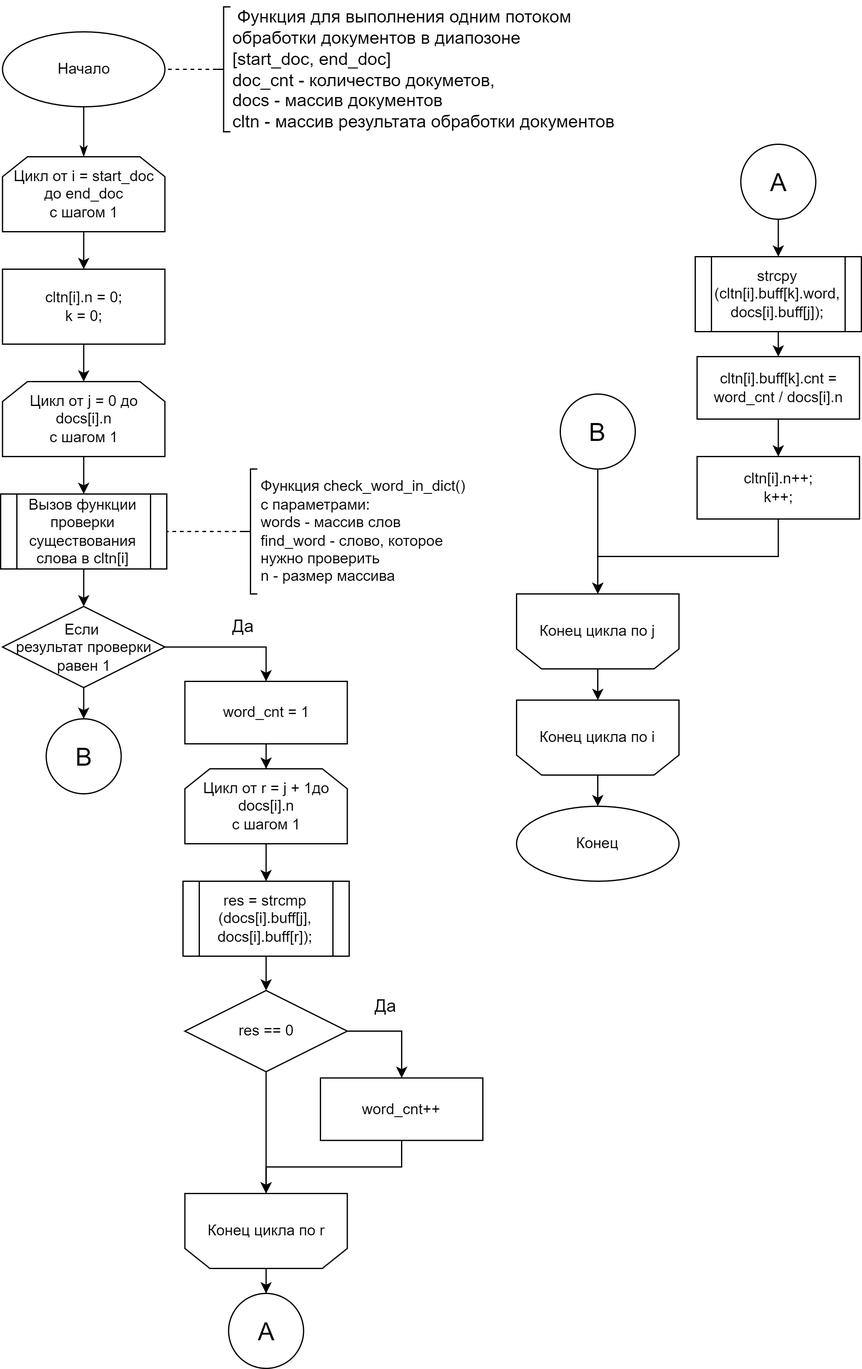
This is lab_04/docs/img/thread_work.png from Mansurow/bmstu-iu7-5sem-AA, a draw.io export, as it was before one commit. Source tidied: cells renumbered, new cells last; positions are measured from the earlier drawing's top-left corner, leaving out a move shared by most shapes.
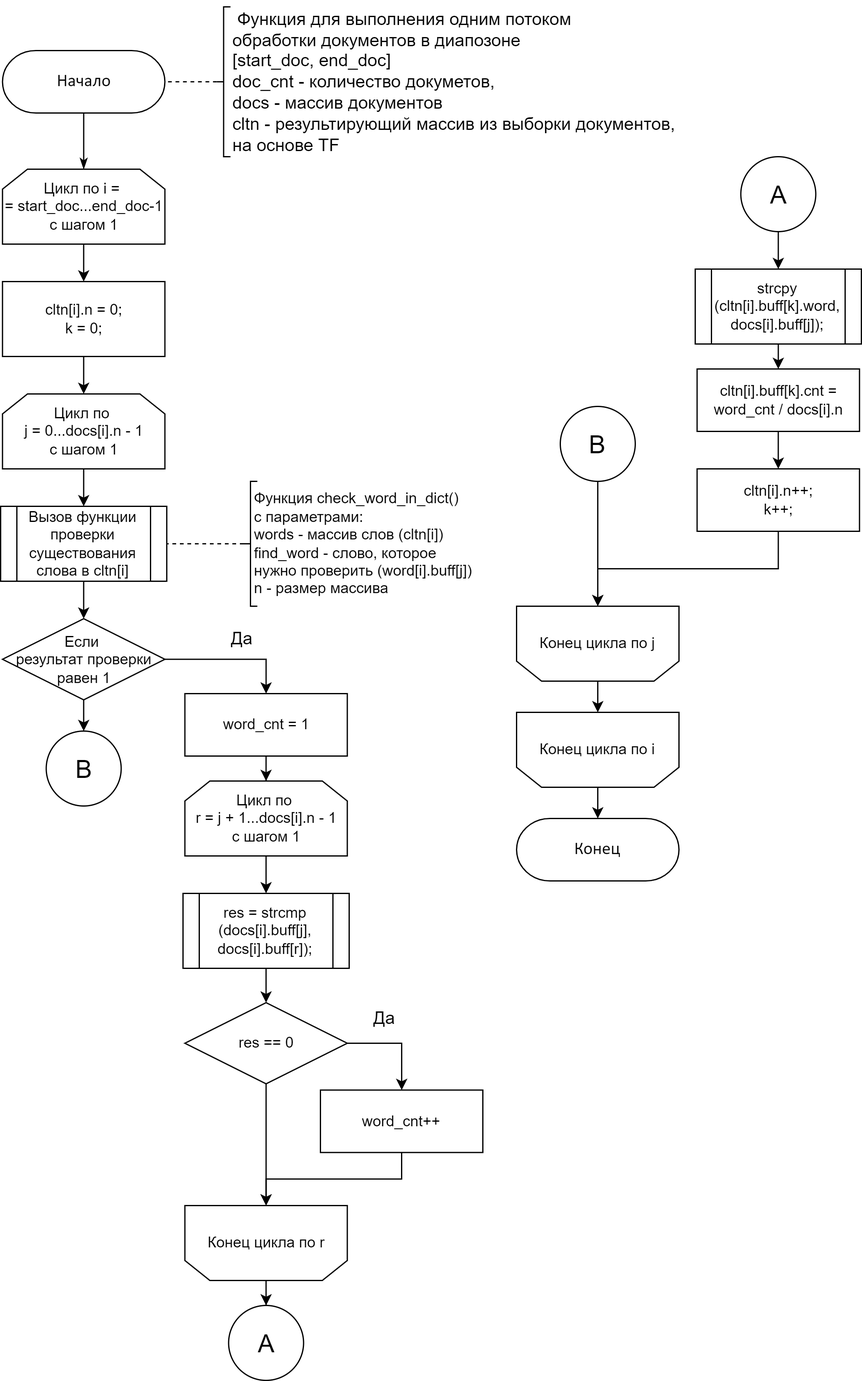
After the change.

Diff of the diagram source:
```diff
@@ -5,23 +5,20 @@
     <mxCell id="2" style="edgeStyle=orthogonalEdgeStyle;rounded=0;jettySize=auto;html=1;fontSize=14;endArrow=classicThin;endFill=1;" parent="1" edge="1" source="3" target="5">
       <mxGeometry relative="1" as="geometry" />
     </mxCell>
-    <mxCell id="3" value="Начало" style="strokeWidth=1;html=1;shape=mxgraph.flowchart.start_1;whiteSpace=wrap;" parent="1" vertex="1">
-      <mxGeometry x="1.5" y="25" width="130" height="60" as="geometry" />
-    </mxCell>
     <mxCell id="4" style="edgeStyle=orthogonalEdgeStyle;rounded=0;jettySize=auto;html=1;" parent="1" edge="1" source="5" target="14">
       <mxGeometry relative="1" as="geometry" />
     </mxCell>
-    <mxCell id="5" value="Цикл от i = start_doc до end_doc&lt;br&gt;с шагом 1" style="shape=loopLimit;whiteSpace=wrap;html=1;" parent="1" vertex="1">
+    <mxCell id="5" value="Цикл по i = &lt;br&gt;= start_doc...end_doc-1&lt;br&gt;с шагом 1" style="shape=loopLimit;whiteSpace=wrap;html=1;" parent="1" vertex="1">
       <mxGeometry x="1.5" y="125" width="130" height="60" as="geometry" />
     </mxCell>
-    <mxCell id="6" style="edgeStyle=orthogonalEdgeStyle;rounded=0;jettySize=auto;html=1;exitX=0;exitY=0.5;exitDx=0;exitDy=0;exitPerimeter=0;entryX=1;entryY=0.5;entryDx=0;entryDy=0;entryPerimeter=0;endArrow=none;endFill=0;dashed=1;" parent="1" edge="1" source="7" target="3">
+    <mxCell id="6" style="edgeStyle=orthogonalEdgeStyle;rounded=0;jettySize=auto;html=1;exitX=0;exitY=0.5;exitDx=0;exitDy=0;exitPerimeter=0;endArrow=none;endFill=0;dashed=1;" parent="1" edge="1" source="7" target="3">
       <mxGeometry relative="1" as="geometry" />
     </mxCell>
     <mxCell id="7" style="strokeWidth=1;html=1;shape=mxgraph.flowchart.annotation_2;align=left;labelPosition=right;rounded=0;" parent="1" vertex="1">
-      <mxGeometry x="173" y="5" width="11" height="100" as="geometry" />
+      <mxGeometry x="173" y="-5" width="11" height="120" as="geometry" />
     </mxCell>
-    <mxCell id="8" value="&lt;font style=&quot;font-size: 14px;&quot;&gt;&amp;nbsp;Функция для выполнения одним потоком&lt;br&gt;обработки документов в диапозоне &lt;br&gt;[start_doc, end_doc]&lt;br&gt;&lt;span style=&quot;&quot;&gt;doc_cnt - количество докуметов,&lt;/span&gt;&lt;br style=&quot;&quot;&gt;&lt;span style=&quot;&quot;&gt;docs - массив документов&lt;/span&gt;&lt;br style=&quot;&quot;&gt;&lt;span style=&quot;&quot;&gt;cltn - массив результата&amp;nbsp;&lt;/span&gt;&lt;span style=&quot;&quot;&gt;обработки документов&lt;/span&gt;&lt;br&gt;&lt;/font&gt;" style="text;html=1;align=left;verticalAlign=middle;strokeColor=none;fillColor=none;" parent="1" vertex="1">
-      <mxGeometry x="184" width="330" height="110" as="geometry" />
+    <mxCell id="8" value="&lt;font style=&quot;font-size: 14px;&quot;&gt;&amp;nbsp;Функция для выполнения одним потоком&lt;br&gt;обработки документов в диапозоне &lt;br&gt;[start_doc, end_doc]&lt;br&gt;&lt;span style=&quot;&quot;&gt;doc_cnt - количество докуметов,&lt;/span&gt;&lt;br style=&quot;&quot;&gt;&lt;span style=&quot;&quot;&gt;docs - массив документов&lt;/span&gt;&lt;br style=&quot;&quot;&gt;&lt;span style=&quot;&quot;&gt;cltn - результирующий массив из выборки&lt;/span&gt;&lt;span style=&quot;&quot;&gt;&amp;nbsp;документов, &lt;br&gt;на основе TF&lt;/span&gt;&lt;br&gt;&lt;/font&gt;" style="text;html=1;align=left;verticalAlign=middle;strokeColor=none;fillColor=none;" parent="1" vertex="1">
+      <mxGeometry x="184" y="-10" width="380" height="130" as="geometry" />
     </mxCell>
     <mxCell id="9" style="edgeStyle=orthogonalEdgeStyle;rounded=0;jettySize=auto;html=1;exitX=1;exitY=0.5;exitDx=0;exitDy=0;exitPerimeter=0;entryX=0.5;entryY=0;entryDx=0;entryDy=0;" parent="1" edge="1" source="12" target="22">
       <mxGeometry relative="1" as="geometry" />
@@ -46,13 +43,13 @@
     <mxCell id="15" style="edgeStyle=orthogonalEdgeStyle;rounded=0;jettySize=auto;html=1;fontSize=14;" parent="1" edge="1" source="16" target="20">
       <mxGeometry relative="1" as="geometry" />
     </mxCell>
-    <mxCell id="16" value="Цикл от j = 0 до docs[i].n&lt;br&gt;с шагом 1" style="shape=loopLimit;whiteSpace=wrap;html=1;" parent="1" vertex="1">
+    <mxCell id="16" value="Цикл по &lt;br&gt;j = 0...docs[i].n - 1&lt;br&gt;с шагом 1" style="shape=loopLimit;whiteSpace=wrap;html=1;" parent="1" vertex="1">
       <mxGeometry x="1.5" y="305" width="130" height="60" as="geometry" />
     </mxCell>
     <mxCell id="17" style="edgeStyle=orthogonalEdgeStyle;rounded=0;jettySize=auto;html=1;fontSize=14;" parent="1" edge="1" source="18" target="30">
       <mxGeometry relative="1" as="geometry" />
     </mxCell>
-    <mxCell id="18" value="Цикл от r = j + 1до docs[i].n&lt;br&gt;с шагом 1" style="shape=loopLimit;whiteSpace=wrap;html=1;" parent="1" vertex="1">
+    <mxCell id="18" value="Цикл по &lt;br&gt;r = j + 1...docs[i].n - 1&lt;br&gt;с шагом 1" style="shape=loopLimit;whiteSpace=wrap;html=1;" parent="1" vertex="1">
       <mxGeometry x="147.5" y="615" width="130" height="60" as="geometry" />
     </mxCell>
     <mxCell id="19" style="edgeStyle=orthogonalEdgeStyle;rounded=0;jettySize=auto;html=1;" parent="1" edge="1" source="20" target="12">
@@ -99,9 +96,6 @@
     <mxCell id="32" value="word_cnt++" style="rounded=0;whiteSpace=wrap;html=1;absoluteArcSize=1;arcSize=14;strokeWidth=1;" parent="1" vertex="1">
       <mxGeometry x="256" y="862.5" width="130" height="50" as="geometry" />
     </mxCell>
-    <mxCell id="33" value="Конец" style="strokeWidth=1;html=1;shape=mxgraph.flowchart.start_1;whiteSpace=wrap;" parent="1" vertex="1">
-      <mxGeometry x="413" y="645" width="130" height="60" as="geometry" />
-    </mxCell>
     <mxCell id="34" style="edgeStyle=orthogonalEdgeStyle;rounded=0;jettySize=auto;html=1;fontSize=14;" parent="1" edge="1" source="35" target="33">
       <mxGeometry relative="1" as="geometry" />
     </mxCell>
@@ -161,8 +155,14 @@
     <mxCell id="51" style="strokeWidth=1;html=1;shape=mxgraph.flowchart.annotation_2;align=left;labelPosition=right;rounded=0;" parent="1" vertex="1">
       <mxGeometry x="194.5" y="375" width="11" height="100" as="geometry" />
     </mxCell>
-    <mxCell id="52" value="&lt;div style=&quot;text-align: left; font-size: 12px;&quot;&gt;&lt;span style=&quot;background-color: initial;&quot;&gt;&lt;font style=&quot;font-size: 12px;&quot;&gt;Функция check_word_in_dict()&lt;/font&gt;&lt;/span&gt;&lt;/div&gt;&lt;div style=&quot;text-align: left; font-size: 12px;&quot;&gt;&lt;span style=&quot;background-color: initial;&quot;&gt;&lt;font style=&quot;font-size: 12px;&quot;&gt;с параметрами:&lt;/font&gt;&lt;/span&gt;&lt;/div&gt;&lt;div style=&quot;text-align: left; font-size: 12px;&quot;&gt;&lt;font style=&quot;font-size: 12px;&quot;&gt;words - массив слов&lt;/font&gt;&lt;/div&gt;&lt;div style=&quot;text-align: left; font-size: 12px;&quot;&gt;&lt;font style=&quot;font-size: 12px;&quot;&gt;find_word - слово, которое&amp;nbsp;&lt;/font&gt;&lt;/div&gt;&lt;div style=&quot;text-align: left; font-size: 12px;&quot;&gt;&lt;font style=&quot;font-size: 12px;&quot;&gt;нужно проверить&lt;/font&gt;&lt;/div&gt;&lt;div style=&quot;text-align: left; font-size: 12px;&quot;&gt;&lt;font style=&quot;font-size: 12px;&quot;&gt;n - размер массива&lt;/font&gt;&lt;/div&gt;" style="text;html=1;align=center;verticalAlign=middle;strokeColor=none;fillColor=none;fontSize=14;" parent="1" vertex="1">
-      <mxGeometry x="194.5" y="375" width="190" height="100" as="geometry" />
+    <mxCell id="52" value="&lt;div style=&quot;text-align: left; font-size: 12px;&quot;&gt;&lt;span style=&quot;background-color: initial;&quot;&gt;&lt;font style=&quot;font-size: 12px;&quot;&gt;Функция check_word_in_dict()&lt;/font&gt;&lt;/span&gt;&lt;/div&gt;&lt;div style=&quot;text-align: left; font-size: 12px;&quot;&gt;&lt;span style=&quot;background-color: initial;&quot;&gt;&lt;font style=&quot;font-size: 12px;&quot;&gt;с параметрами:&lt;/font&gt;&lt;/span&gt;&lt;/div&gt;&lt;div style=&quot;text-align: left; font-size: 12px;&quot;&gt;&lt;font style=&quot;font-size: 12px;&quot;&gt;words - массив слов (cltn[i])&lt;/font&gt;&lt;/div&gt;&lt;div style=&quot;text-align: left; font-size: 12px;&quot;&gt;&lt;font style=&quot;font-size: 12px;&quot;&gt;find_word - слово, которое&amp;nbsp;&lt;/font&gt;&lt;/div&gt;&lt;div style=&quot;text-align: left; font-size: 12px;&quot;&gt;&lt;font style=&quot;font-size: 12px;&quot;&gt;нужно проверить (word[i].buff[j])&lt;/font&gt;&lt;/div&gt;&lt;div style=&quot;text-align: left; font-size: 12px;&quot;&gt;&lt;font style=&quot;font-size: 12px;&quot;&gt;n - размер массива&lt;/font&gt;&lt;/div&gt;" style="text;html=1;align=center;verticalAlign=middle;strokeColor=none;fillColor=none;fontSize=14;" parent="1" vertex="1">
+      <mxGeometry x="189.5" y="375" width="200" height="100" as="geometry" />
     </mxCell>
+    <mxCell id="3" value="&lt;div style=&quot;&quot;&gt;&lt;font style=&quot;font-family: Calibri; color: rgb(0, 0, 0); direction: ltr; letter-spacing: 0px; line-height: 120%; opacity: 1;&quot;&gt;&lt;font style=&quot;font-size: 14px;&quot;&gt;Начало&lt;/font&gt;&lt;br&gt;&lt;/font&gt;&lt;/div&gt;" style="verticalAlign=middle;align=center;vsdxID=1;fillColor=#FFFFFF;gradientColor=none;shape=(stored shape, 240 characters);strokeColor=#000000;spacingTop=-1;spacingBottom=-1;spacingLeft=-1;spacingRight=-1;points=[[0.5,0,0],[0.5,0.5,0],[1,0.5,0]];labelBackgroundColor=none;rounded=0;html=1;whiteSpace=wrap;" parent="1" vertex="1">
+      <mxGeometry x="1.5" y="30" width="130" height="50" as="geometry" />
+    </mxCell>
+    <mxCell id="33" value="&lt;div style=&quot;&quot;&gt;&lt;font style=&quot;font-family: Calibri; color: rgb(0, 0, 0); direction: ltr; letter-spacing: 0px; line-height: 120%; opacity: 1;&quot;&gt;&lt;font style=&quot;font-size: 14px;&quot;&gt;Конец&lt;/font&gt;&lt;br&gt;&lt;/font&gt;&lt;/div&gt;" style="verticalAlign=middle;align=center;vsdxID=1;fillColor=#FFFFFF;gradientColor=none;shape=(stored shape, 240 characters);strokeColor=#000000;spacingTop=-1;spacingBottom=-1;spacingLeft=-1;spacingRight=-1;points=[[0.5,0,0],[0.5,0.5,0],[1,0.5,0]];labelBackgroundColor=none;rounded=0;html=1;whiteSpace=wrap;" parent="1" vertex="1">
+      <mxGeometry x="413" y="645" width="130" height="50" as="geometry" />
+    </mxCell>
   </root>
 </mxGraphModel>
```
